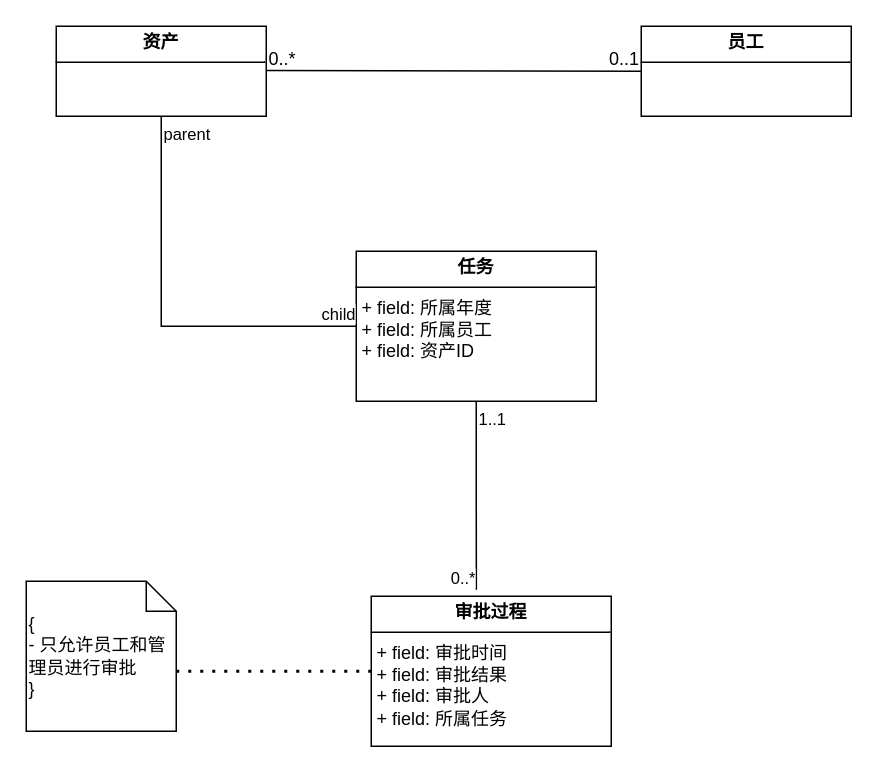
wangxiaochuang/drawio keeps this draw.io diagram as 未命名绘图.drawio. Above is the earlier version. Source tidied: cells renumbered, new cells numbered last; positions are measured from the earlier drawing's top-left corner, leaving out a move shared by most shapes. Both pictures are drawn from the tidied source at 150%, with x=0, y=0 at pixel (26, 26).
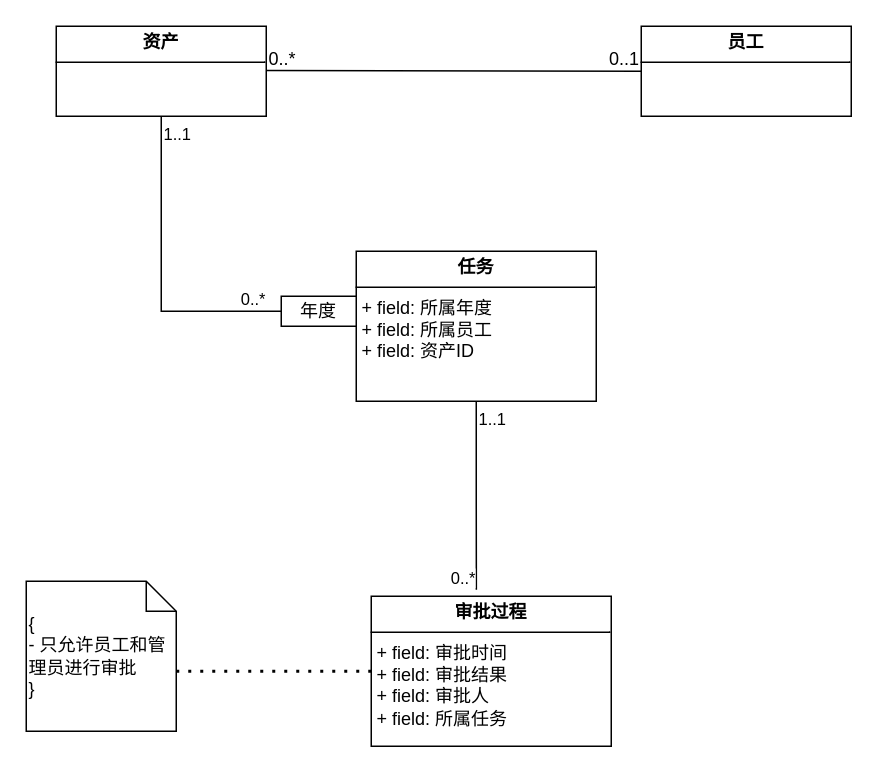
Above is the later version.

Commit message (it also covers changes not shown here):
更新未命名绘图.drawio

Unchanged cells that the change refers to:
```xml
<mxCell id="2" value="&lt;p style=&quot;margin:0px;margin-top:4px;text-align:center;&quot;&gt;&lt;b&gt;资产&lt;/b&gt;&lt;/p&gt;&lt;hr size=&quot;1&quot; style=&quot;border-style:solid;&quot;&gt;&lt;div style=&quot;height:2px;&quot;&gt;&lt;/div&gt;" style="verticalAlign=top;align=left;overflow=fill;html=1;whiteSpace=wrap;" parent="1" vertex="1">
  <mxGeometry x="20" width="140" height="60" as="geometry" />
</mxCell>
<mxCell id="7" value="&lt;p style=&quot;margin:0px;margin-top:4px;text-align:center;&quot;&gt;&lt;b&gt;任务&lt;/b&gt;&lt;/p&gt;&lt;hr size=&quot;1&quot; style=&quot;border-style:solid;&quot;&gt;&lt;p style=&quot;margin:0px;margin-left:4px;&quot;&gt;+ field: 所属年度&lt;/p&gt;&lt;p style=&quot;margin:0px;margin-left:4px;&quot;&gt;+ field: 所属员工&lt;/p&gt;&lt;p style=&quot;margin:0px;margin-left:4px;&quot;&gt;+ field: 资产ID&lt;/p&gt;" style="verticalAlign=top;align=left;overflow=fill;html=1;whiteSpace=wrap;" parent="1" vertex="1">
  <mxGeometry x="220" y="150" width="160" height="100" as="geometry" />
</mxCell>
```

Diff of the diagram source:
```diff
@@
-    <mxCell id="8" style="endArrow=none;html=1;edgeStyle=orthogonalEdgeStyle;rounded=0;exitX=0.5;exitY=1;exitDx=0;exitDy=0;entryX=0;entryY=0.5;entryDx=0;entryDy=0;" parent="1" edge="1" source="2" target="7">
+    <mxCell id="8" style="endArrow=none;html=1;edgeStyle=orthogonalEdgeStyle;rounded=0;exitX=0.5;exitY=1;exitDx=0;exitDy=0;entryX=0;entryY=0.5;entryDx=0;entryDy=0;" parent="1" edge="1" source="2" target="17">
       <mxGeometry relative="1" as="geometry" />
     </mxCell>
-    <mxCell id="9" value="parent" style="edgeLabel;html=1;align=left;verticalAlign=bottom;" parent="8" vertex="1">
+    <mxCell id="9" value="1..1" style="edgeLabel;html=1;align=left;verticalAlign=bottom;" parent="8" vertex="1">
       <mxGeometry x="-1" relative="1" as="geometry">
         <mxPoint y="20" as="offset" />
       </mxGeometry>
     </mxCell>
-    <mxCell id="10" value="child" style="edgeLabel;html=1;align=right;verticalAlign=bottom;" parent="8" vertex="1">
-      <mxGeometry x="1" relative="1" as="geometry" />
+    <mxCell id="10" value="0..*" style="edgeLabel;html=1;align=right;verticalAlign=bottom;" parent="8" vertex="1">
+      <mxGeometry x="1" relative="1" as="geometry">
+        <mxPoint x="-10" as="offset" />
+      </mxGeometry>
     </mxCell>
@@
+    <mxCell id="17" value="年度" style="rounded=0;whiteSpace=wrap;html=1;" parent="1" vertex="1">
+      <mxGeometry x="170" y="180" width="50" height="20" as="geometry" />
+    </mxCell>
```
